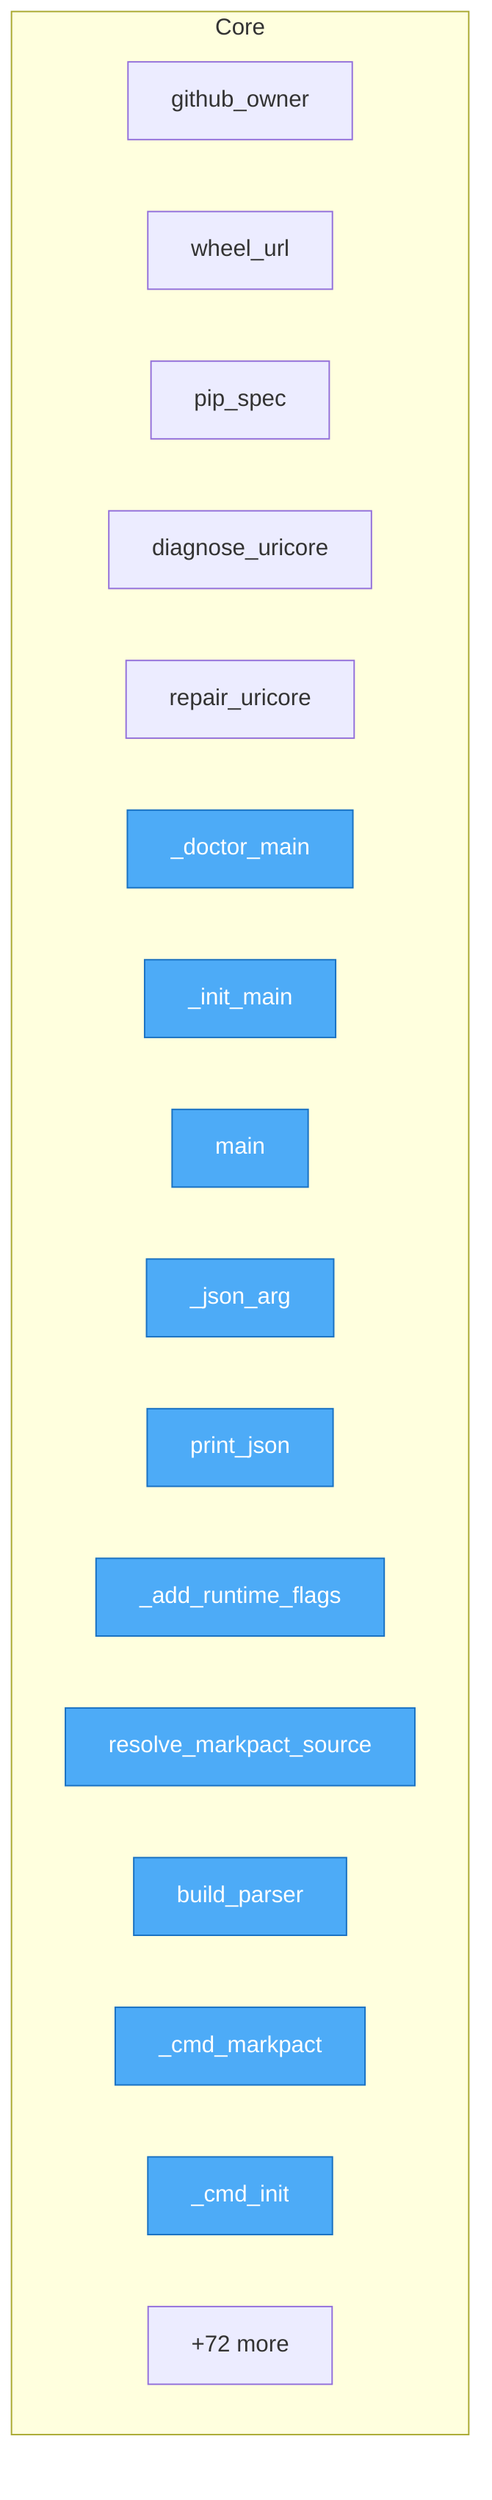
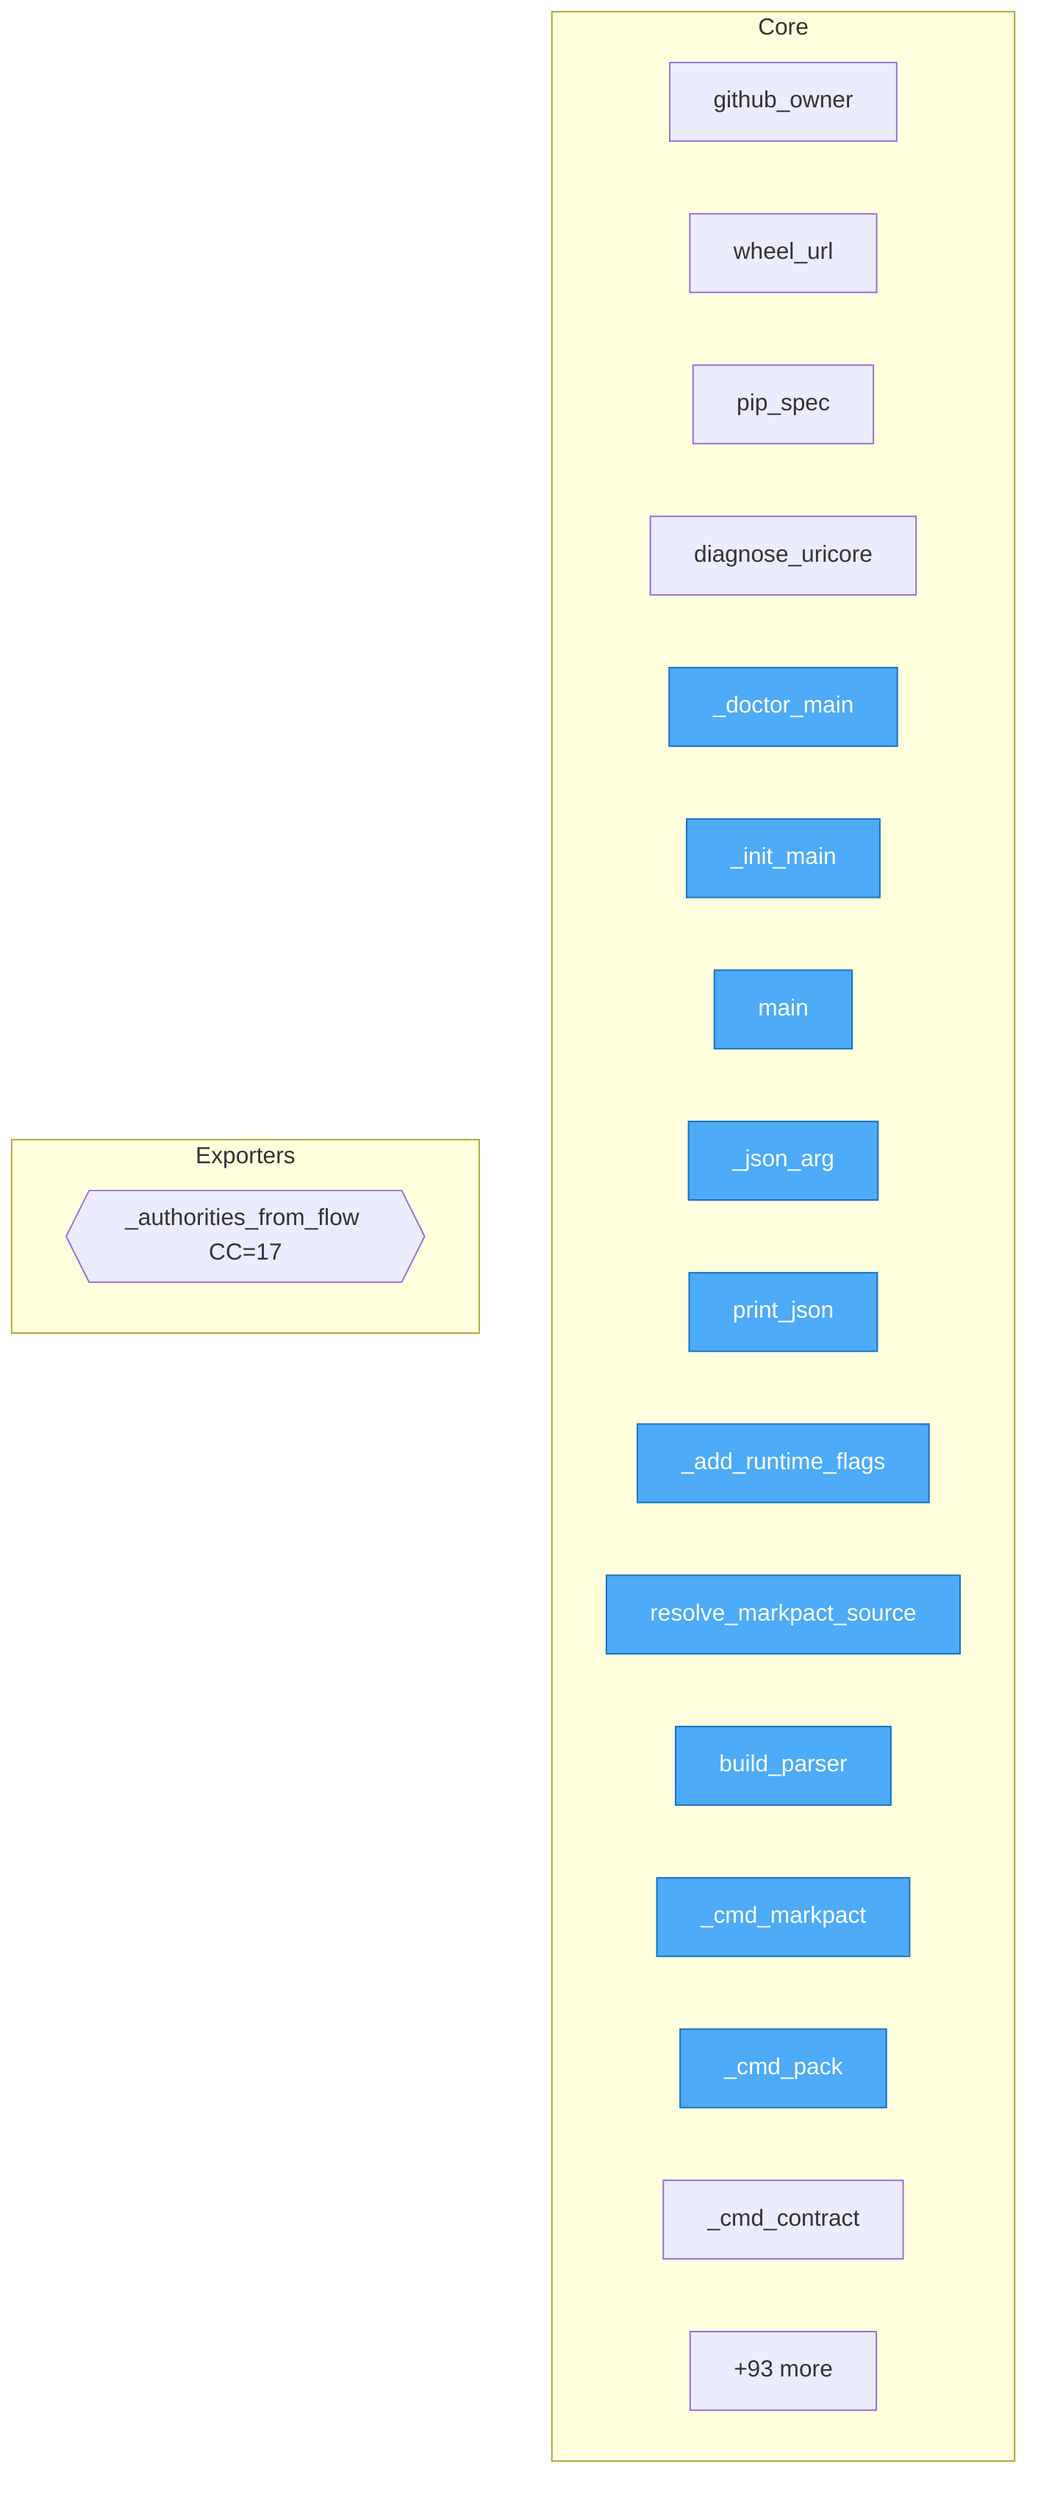
flowchart TD
- %% generated in 0.01s
+ %% generated in 0.02s

    %% Entry points (blue)
    classDef entry fill:#4dabf7,stroke:#1971c2,color:#fff

    subgraph Core
        src__urisys__uricore_install__github_owner["github_owner"]
        src__urisys__uricore_install__wheel_url["wheel_url"]
        src__urisys__uricore_install__pip_spec["pip_spec"]
        src__urisys__uricore_install__diagnose_uricore["diagnose_uricore"]
-         src__urisys__uricore_install__repair_uricore["repair_uricore"]
        src__urisys__bootstrap___doctor_main["_doctor_main"]
        src__urisys__bootstrap___init_main["_init_main"]
        src__urisys__bootstrap__main["main"]
        src__urisys__cli___json_arg["_json_arg"]
        src__urisys__cli__print_json["print_json"]
        src__urisys__cli___add_runtime_flags["_add_runtime_flags"]
        src__urisys__cli__resolve_markpact_source["resolve_markpact_source"]
        src__urisys__cli__build_parser["build_parser"]
        src__urisys__cli___cmd_markpact["_cmd_markpact"]
-         src__urisys__cli___cmd_init["_cmd_init"]
-         ...["+72 more"]
+         src__urisys__cli___cmd_pack["_cmd_pack"]
+         src__urisys__cli___cmd_contract["_cmd_contract"]
+         ...["+93 more"]
    end

-     class src__urisys__bootstrap___doctor_main,src__urisys__bootstrap___init_main,src__urisys__bootstrap__main,src__urisys__cli___json_arg,src__urisys__cli__print_json,src__urisys__cli___add_runtime_flags,src__urisys__cli__resolve_markpact_source,src__urisys__cli__build_parser,src__urisys__cli___cmd_markpact,src__urisys__cli___cmd_init entry
+     subgraph Exporters
+         src__urisys__managers__platform_export___authorities_from_flow{{_authorities_from_flow CC=17}}
+     end
+ 
+     class src__urisys__bootstrap___doctor_main,src__urisys__bootstrap___init_main,src__urisys__bootstrap__main,src__urisys__cli___json_arg,src__urisys__cli__print_json,src__urisys__cli___add_runtime_flags,src__urisys__cli__resolve_markpact_source,src__urisys__cli__build_parser,src__urisys__cli___cmd_markpact,src__urisys__cli___cmd_pack entry
